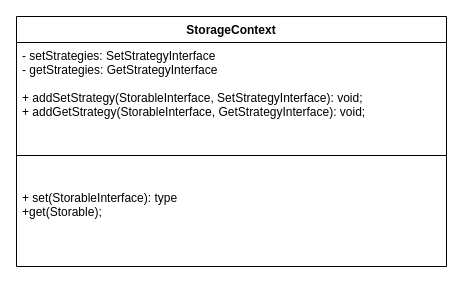
Before: page "Page-4" (4 of 4) of oauth.drawio in andrzej-pakula/oauth-api-connector-bundle, a draw.io diagram. Source tidied: cells renumbered, new cells numbered last; positions are measured from the earlier drawing's top-left corner, leaving out a move shared by most shapes. Both pictures are drawn from the tidied source at 100%, with x=0, y=0 at pixel (16, 16).
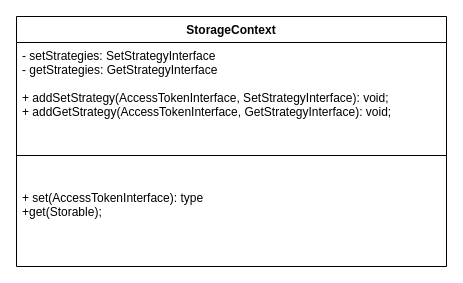
The same page after the edit.

Diff of the diagram source:
```diff
@@
 <mxGraphModel>
   <root>
     <mxCell id="0" />
     <mxCell id="1" parent="0" />
     <mxCell id="2" value="StorageContext" style="swimlane;fontStyle=1;align=center;verticalAlign=top;horizontal=1;startSize=26;" parent="1" vertex="1">
       <mxGeometry width="430" height="250" as="geometry" />
     </mxCell>
-    <mxCell id="3" value="- setStrategies: SetStrategyInterface&#10;- getStrategies: GetStrategyInterface&#10;&#10;+ addSetStrategy(StorableInterface, SetStrategyInterface): void;&#10;+ addGetStrategy(StorableInterface, GetStrategyInterface): void;&#10;&#10;&#10;" style="text;strokeColor=none;fillColor=none;align=left;verticalAlign=top;spacingLeft=4;spacingRight=4;overflow=hidden;" parent="2" vertex="1">
+    <mxCell id="3" value="- setStrategies: SetStrategyInterface&#10;- getStrategies: GetStrategyInterface&#10;&#10;+ addSetStrategy(AccessTokenInterface, SetStrategyInterface): void;&#10;+ addGetStrategy(AccessTokenInterface, GetStrategyInterface): void;&#10;&#10;&#10;" style="text;strokeColor=none;fillColor=none;align=left;verticalAlign=top;spacingLeft=4;spacingRight=4;overflow=hidden;" parent="2" vertex="1">
       <mxGeometry y="26" width="430" height="84" as="geometry" />
     </mxCell>
     <mxCell id="4" style="line;strokeWidth=1;fillColor=none;align=left;verticalAlign=middle;spacingTop=-1;spacingLeft=3;spacingRight=3;labelPosition=right;" parent="2" vertex="1">
       <mxGeometry y="110" width="430" height="58" as="geometry" />
     </mxCell>
-    <mxCell id="5" value="+ set(StorableInterface): type&#10;+get(Storable);" style="text;strokeColor=none;fillColor=none;align=left;verticalAlign=top;spacingLeft=4;spacingRight=4;overflow=hidden;" parent="2" vertex="1">
+    <mxCell id="5" value="+ set(AccessTokenInterface): type&#10;+get(Storable);" style="text;strokeColor=none;fillColor=none;align=left;verticalAlign=top;spacingLeft=4;spacingRight=4;overflow=hidden;" parent="2" vertex="1">
       <mxGeometry y="168" width="430" height="82" as="geometry" />
     </mxCell>
   </root>
 </mxGraphModel>
```
